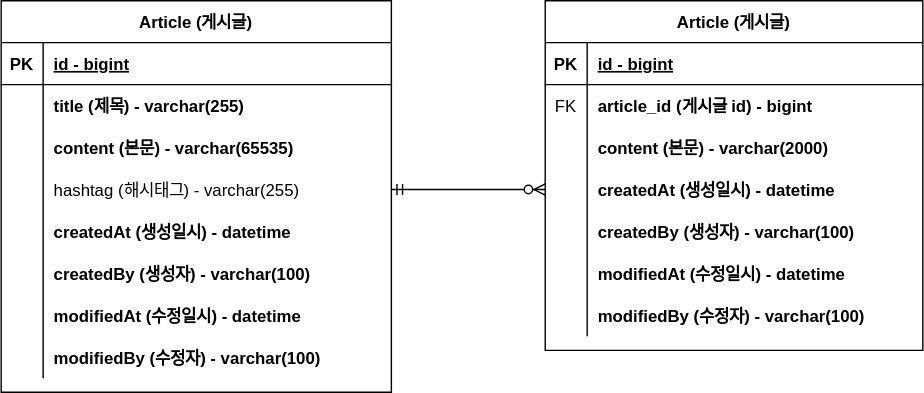
Above: document/project-board-erd.svg in 2yxxn/fastcampus-project-board (draw.io), before the change. Source tidied: cells renumbered, new cells last; positions are measured from the earlier drawing's top-left corner, leaving out a move shared by most shapes. The source it was exported from:
```xml
<mxGraphModel>
  <root>
    <mxCell id="0" />
    <mxCell id="1" parent="0" />
    <mxCell id="2" value="Article (게시글)" style="shape=table;startSize=30;rowLines=0;fontStyle=1;align=center;" parent="1" vertex="1">
      <mxGeometry width="279" height="280" as="geometry" />
    </mxCell>
    <mxCell id="3" style="shape=tableRow;horizontal=0;startSize=0;swimlaneHead=0;swimlaneBody=0;fillColor=none;top=0;left=0;right=0;bottom=1;" parent="2" vertex="1">
      <mxGeometry y="30" width="279" height="30" as="geometry" />
    </mxCell>
    <mxCell id="4" value="PK" style="shape=partialRectangle;fillColor=none;top=0;left=0;bottom=0;right=0;fontStyle=1;overflow=hidden;" parent="3" vertex="1">
      <mxGeometry width="30" height="30" as="geometry" />
    </mxCell>
    <mxCell id="5" value="id - bigint" style="shape=partialRectangle;fillColor=none;top=0;left=0;bottom=0;right=0;align=left;spacingLeft=6;fontStyle=5;overflow=hidden;" parent="3" vertex="1">
      <mxGeometry x="30" width="249" height="30" as="geometry" />
    </mxCell>
    <mxCell id="6" style="shape=tableRow;horizontal=0;startSize=0;swimlaneHead=0;swimlaneBody=0;fillColor=none;top=0;left=0;right=0;bottom=0;" parent="2" vertex="1">
      <mxGeometry y="60" width="279" height="30" as="geometry" />
    </mxCell>
    <mxCell id="7" style="shape=partialRectangle;fillColor=none;top=0;left=0;bottom=0;right=0;overflow=hidden;" parent="6" vertex="1">
      <mxGeometry width="30" height="30" as="geometry" />
    </mxCell>
    <mxCell id="8" value="title (제목) - varchar(255)" style="shape=partialRectangle;fillColor=none;top=0;left=0;bottom=0;right=0;align=left;spacingLeft=6;overflow=hidden;fontStyle=1;" parent="6" vertex="1">
      <mxGeometry x="30" width="249" height="30" as="geometry" />
    </mxCell>
    <mxCell id="9" style="shape=tableRow;horizontal=0;startSize=0;swimlaneHead=0;swimlaneBody=0;fillColor=none;top=0;left=0;right=0;bottom=0;" parent="2" vertex="1">
      <mxGeometry y="90" width="279" height="30" as="geometry" />
    </mxCell>
    <mxCell id="10" style="shape=partialRectangle;fillColor=none;top=0;left=0;bottom=0;right=0;overflow=hidden;" parent="9" vertex="1">
      <mxGeometry width="30" height="30" as="geometry" />
    </mxCell>
    <mxCell id="11" value="content (본문) - varchar(65535)" style="shape=partialRectangle;fillColor=none;top=0;left=0;bottom=0;right=0;align=left;spacingLeft=6;overflow=hidden;fontStyle=1;" parent="9" vertex="1">
      <mxGeometry x="30" width="249" height="30" as="geometry" />
    </mxCell>
    <mxCell id="12" style="shape=tableRow;horizontal=0;startSize=0;swimlaneHead=0;swimlaneBody=0;fillColor=none;points=[[0,0.5],[1,0.5]];portConstraint=eastwest;top=0;left=0;right=0;bottom=0;" parent="2" vertex="1">
      <mxGeometry y="120" width="279" height="30" as="geometry" />
    </mxCell>
    <mxCell id="13" style="shape=partialRectangle;fillColor=none;top=0;left=0;bottom=0;right=0;overflow=hidden;" parent="12" vertex="1">
      <mxGeometry width="30" height="30" as="geometry" />
    </mxCell>
    <mxCell id="14" value="hashtag (해시태그) - varchar(255)" style="shape=partialRectangle;fillColor=none;top=0;left=0;bottom=0;right=0;align=left;spacingLeft=6;overflow=hidden;" parent="12" vertex="1">
      <mxGeometry x="30" width="249" height="30" as="geometry" />
    </mxCell>
    <mxCell id="15" style="shape=tableRow;horizontal=0;startSize=0;swimlaneHead=0;swimlaneBody=0;fillColor=none;top=0;left=0;right=0;bottom=0;" parent="2" vertex="1">
      <mxGeometry y="150" width="279" height="30" as="geometry" />
    </mxCell>
    <mxCell id="16" style="shape=partialRectangle;fillColor=none;top=0;left=0;bottom=0;right=0;overflow=hidden;" parent="15" vertex="1">
      <mxGeometry width="30" height="30" as="geometry" />
    </mxCell>
    <mxCell id="17" value="createdAt (생성일시) - datetime" style="shape=partialRectangle;fillColor=none;top=0;left=0;bottom=0;right=0;align=left;spacingLeft=6;overflow=hidden;fontStyle=1;" parent="15" vertex="1">
      <mxGeometry x="30" width="249" height="30" as="geometry" />
    </mxCell>
    <mxCell id="18" style="shape=tableRow;horizontal=0;startSize=0;swimlaneHead=0;swimlaneBody=0;fillColor=none;top=0;left=0;right=0;bottom=0;" parent="2" vertex="1">
      <mxGeometry y="180" width="279" height="30" as="geometry" />
    </mxCell>
    <mxCell id="19" style="shape=partialRectangle;fillColor=none;top=0;left=0;bottom=0;right=0;overflow=hidden;" parent="18" vertex="1">
      <mxGeometry width="30" height="30" as="geometry" />
    </mxCell>
    <mxCell id="20" value="createdBy (생성자) - varchar(100)" style="shape=partialRectangle;fillColor=none;top=0;left=0;bottom=0;right=0;align=left;spacingLeft=6;overflow=hidden;fontStyle=1;" parent="18" vertex="1">
      <mxGeometry x="30" width="249" height="30" as="geometry" />
    </mxCell>
    <mxCell id="21" style="shape=tableRow;horizontal=0;startSize=0;swimlaneHead=0;swimlaneBody=0;fillColor=none;top=0;left=0;right=0;bottom=0;" parent="2" vertex="1">
      <mxGeometry y="210" width="279" height="30" as="geometry" />
    </mxCell>
    <mxCell id="22" style="shape=partialRectangle;fillColor=none;top=0;left=0;bottom=0;right=0;overflow=hidden;" parent="21" vertex="1">
      <mxGeometry width="30" height="30" as="geometry" />
    </mxCell>
    <mxCell id="23" value="modifiedAt (수정일시) - datetime" style="shape=partialRectangle;fillColor=none;top=0;left=0;bottom=0;right=0;align=left;spacingLeft=6;overflow=hidden;fontStyle=1;" parent="21" vertex="1">
      <mxGeometry x="30" width="249" height="30" as="geometry" />
    </mxCell>
    <mxCell id="24" style="shape=tableRow;horizontal=0;startSize=0;swimlaneHead=0;swimlaneBody=0;fillColor=none;top=0;left=0;right=0;bottom=0;" parent="2" vertex="1">
      <mxGeometry y="240" width="279" height="30" as="geometry" />
    </mxCell>
    <mxCell id="25" style="shape=partialRectangle;fillColor=none;top=0;left=0;bottom=0;right=0;overflow=hidden;" parent="24" vertex="1">
      <mxGeometry width="30" height="30" as="geometry" />
    </mxCell>
    <mxCell id="26" value="modifiedBy (수정자) - varchar(100)" style="shape=partialRectangle;fillColor=none;top=0;left=0;bottom=0;right=0;align=left;spacingLeft=6;overflow=hidden;fontStyle=1;" parent="24" vertex="1">
      <mxGeometry x="30" width="249" height="30" as="geometry" />
    </mxCell>
    <mxCell id="27" value="Article (게시글)" style="shape=table;startSize=30;rowLines=0;fontStyle=1;align=center;" parent="1" vertex="1">
      <mxGeometry x="389" width="270" height="250" as="geometry" />
    </mxCell>
    <mxCell id="28" style="shape=tableRow;horizontal=0;startSize=0;swimlaneHead=0;swimlaneBody=0;fillColor=none;top=0;left=0;right=0;bottom=1;" parent="27" vertex="1">
      <mxGeometry y="30" width="270" height="30" as="geometry" />
    </mxCell>
    <mxCell id="29" value="PK" style="shape=partialRectangle;fillColor=none;top=0;left=0;bottom=0;right=0;fontStyle=1;overflow=hidden;" parent="28" vertex="1">
      <mxGeometry width="30" height="30" as="geometry" />
    </mxCell>
    <mxCell id="30" value="id - bigint" style="shape=partialRectangle;fillColor=none;top=0;left=0;bottom=0;right=0;align=left;spacingLeft=6;fontStyle=5;overflow=hidden;" parent="28" vertex="1">
      <mxGeometry x="30" width="240" height="30" as="geometry" />
    </mxCell>
    <mxCell id="31" style="shape=tableRow;horizontal=0;startSize=0;swimlaneHead=0;swimlaneBody=0;fillColor=none;top=0;left=0;right=0;bottom=0;" parent="27" vertex="1">
      <mxGeometry y="60" width="270" height="30" as="geometry" />
    </mxCell>
    <mxCell id="32" value="FK" style="shape=partialRectangle;fillColor=none;top=0;left=0;bottom=0;right=0;overflow=hidden;" parent="31" vertex="1">
      <mxGeometry width="30" height="30" as="geometry" />
    </mxCell>
    <mxCell id="33" value="article_id (게시글 id) - bigint" style="shape=partialRectangle;fillColor=none;top=0;left=0;bottom=0;right=0;align=left;spacingLeft=6;overflow=hidden;fontStyle=1;" parent="31" vertex="1">
      <mxGeometry x="30" width="240" height="30" as="geometry" />
    </mxCell>
    <mxCell id="34" style="shape=tableRow;horizontal=0;startSize=0;swimlaneHead=0;swimlaneBody=0;fillColor=none;top=0;left=0;right=0;bottom=0;" parent="27" vertex="1">
      <mxGeometry y="90" width="270" height="30" as="geometry" />
    </mxCell>
    <mxCell id="35" style="shape=partialRectangle;fillColor=none;top=0;left=0;bottom=0;right=0;overflow=hidden;" parent="34" vertex="1">
      <mxGeometry width="30" height="30" as="geometry" />
    </mxCell>
    <mxCell id="36" value="content (본문) - varchar(2000)" style="shape=partialRectangle;fillColor=none;top=0;left=0;bottom=0;right=0;align=left;spacingLeft=6;overflow=hidden;fontStyle=1;" parent="34" vertex="1">
      <mxGeometry x="30" width="240" height="30" as="geometry" />
    </mxCell>
    <mxCell id="37" style="shape=tableRow;horizontal=0;startSize=0;swimlaneHead=0;swimlaneBody=0;fillColor=none;points=[[0,0.5],[1,0.5]];portConstraint=eastwest;top=0;left=0;right=0;bottom=0;" parent="27" vertex="1">
      <mxGeometry y="120" width="270" height="30" as="geometry" />
    </mxCell>
    <mxCell id="38" style="shape=partialRectangle;fillColor=none;top=0;left=0;bottom=0;right=0;overflow=hidden;" parent="37" vertex="1">
      <mxGeometry width="30" height="30" as="geometry" />
    </mxCell>
    <mxCell id="39" value="createdAt (생성일시) - datetime" style="shape=partialRectangle;fillColor=none;top=0;left=0;bottom=0;right=0;align=left;spacingLeft=6;overflow=hidden;fontStyle=1;" parent="37" vertex="1">
      <mxGeometry x="30" width="240" height="30" as="geometry" />
    </mxCell>
    <mxCell id="40" style="shape=tableRow;horizontal=0;startSize=0;swimlaneHead=0;swimlaneBody=0;fillColor=none;top=0;left=0;right=0;bottom=0;" parent="27" vertex="1">
      <mxGeometry y="150" width="270" height="30" as="geometry" />
    </mxCell>
    <mxCell id="41" style="shape=partialRectangle;fillColor=none;top=0;left=0;bottom=0;right=0;overflow=hidden;" parent="40" vertex="1">
      <mxGeometry width="30" height="30" as="geometry" />
    </mxCell>
    <mxCell id="42" value="createdBy (생성자) - varchar(100)" style="shape=partialRectangle;fillColor=none;top=0;left=0;bottom=0;right=0;align=left;spacingLeft=6;overflow=hidden;fontStyle=1;" parent="40" vertex="1">
      <mxGeometry x="30" width="240" height="30" as="geometry" />
    </mxCell>
    <mxCell id="43" style="shape=tableRow;horizontal=0;startSize=0;swimlaneHead=0;swimlaneBody=0;fillColor=none;top=0;left=0;right=0;bottom=0;" parent="27" vertex="1">
      <mxGeometry y="180" width="270" height="30" as="geometry" />
    </mxCell>
    <mxCell id="44" style="shape=partialRectangle;fillColor=none;top=0;left=0;bottom=0;right=0;overflow=hidden;" parent="43" vertex="1">
      <mxGeometry width="30" height="30" as="geometry" />
    </mxCell>
    <mxCell id="45" value="modifiedAt (수정일시) - datetime" style="shape=partialRectangle;fillColor=none;top=0;left=0;bottom=0;right=0;align=left;spacingLeft=6;overflow=hidden;fontStyle=1;" parent="43" vertex="1">
      <mxGeometry x="30" width="240" height="30" as="geometry" />
    </mxCell>
    <mxCell id="46" style="shape=tableRow;horizontal=0;startSize=0;swimlaneHead=0;swimlaneBody=0;fillColor=none;top=0;left=0;right=0;bottom=0;" parent="27" vertex="1">
      <mxGeometry y="210" width="270" height="30" as="geometry" />
    </mxCell>
    <mxCell id="47" style="shape=partialRectangle;fillColor=none;top=0;left=0;bottom=0;right=0;overflow=hidden;" parent="46" vertex="1">
      <mxGeometry width="30" height="30" as="geometry" />
    </mxCell>
    <mxCell id="48" value="modifiedBy (수정자) - varchar(100)" style="shape=partialRectangle;fillColor=none;top=0;left=0;bottom=0;right=0;align=left;spacingLeft=6;overflow=hidden;fontStyle=1;" parent="46" vertex="1">
      <mxGeometry x="30" width="240" height="30" as="geometry" />
    </mxCell>
    <mxCell id="49" style="edgeStyle=entityRelationEdgeStyle;fontSize=12;html=1;endArrow=ERzeroToMany;startArrow=ERmandOne;rounded=0;exitX=1;exitY=0.5;exitDx=0;exitDy=0;entryX=0;entryY=0.5;entryDx=0;entryDy=0;" parent="1" edge="1" source="12" target="37">
      <mxGeometry relative="1" as="geometry" />
    </mxCell>
  </root>
</mxGraphModel>
```
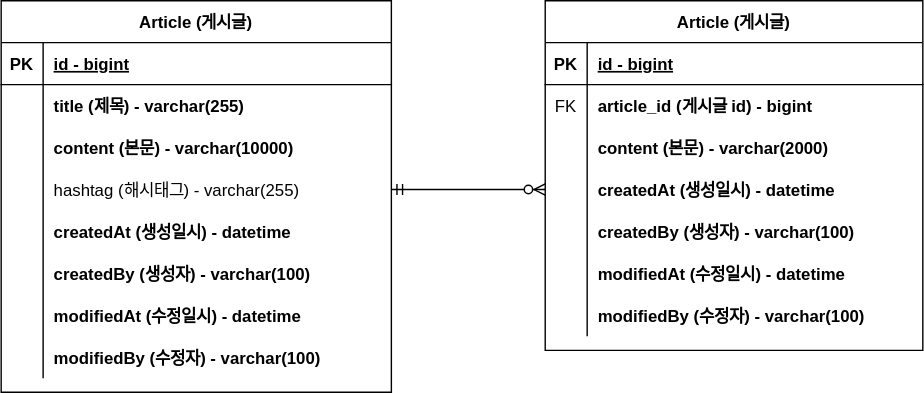
After the change.

Commit message:
#10 - ERD 업데이트 : content 사이즈 변경

댓글의 본문 사이즈를 500으로 변경함.

Change to the diagram source:
```diff
@@ -29,7 +29,7 @@
     <mxCell id="10" style="shape=partialRectangle;fillColor=none;top=0;left=0;bottom=0;right=0;overflow=hidden;" parent="9" vertex="1">
       <mxGeometry width="30" height="30" as="geometry" />
     </mxCell>
-    <mxCell id="11" value="content (본문) - varchar(65535)" style="shape=partialRectangle;fillColor=none;top=0;left=0;bottom=0;right=0;align=left;spacingLeft=6;overflow=hidden;fontStyle=1;" parent="9" vertex="1">
+    <mxCell id="11" value="content (본문) - varchar(10000)" style="shape=partialRectangle;fillColor=none;top=0;left=0;bottom=0;right=0;align=left;spacingLeft=6;overflow=hidden;fontStyle=1;" parent="9" vertex="1">
       <mxGeometry x="30" width="249" height="30" as="geometry" />
     </mxCell>
     <mxCell id="12" style="shape=tableRow;horizontal=0;startSize=0;swimlaneHead=0;swimlaneBody=0;fillColor=none;points=[[0,0.5],[1,0.5]];portConstraint=eastwest;top=0;left=0;right=0;bottom=0;" parent="2" vertex="1">
```
